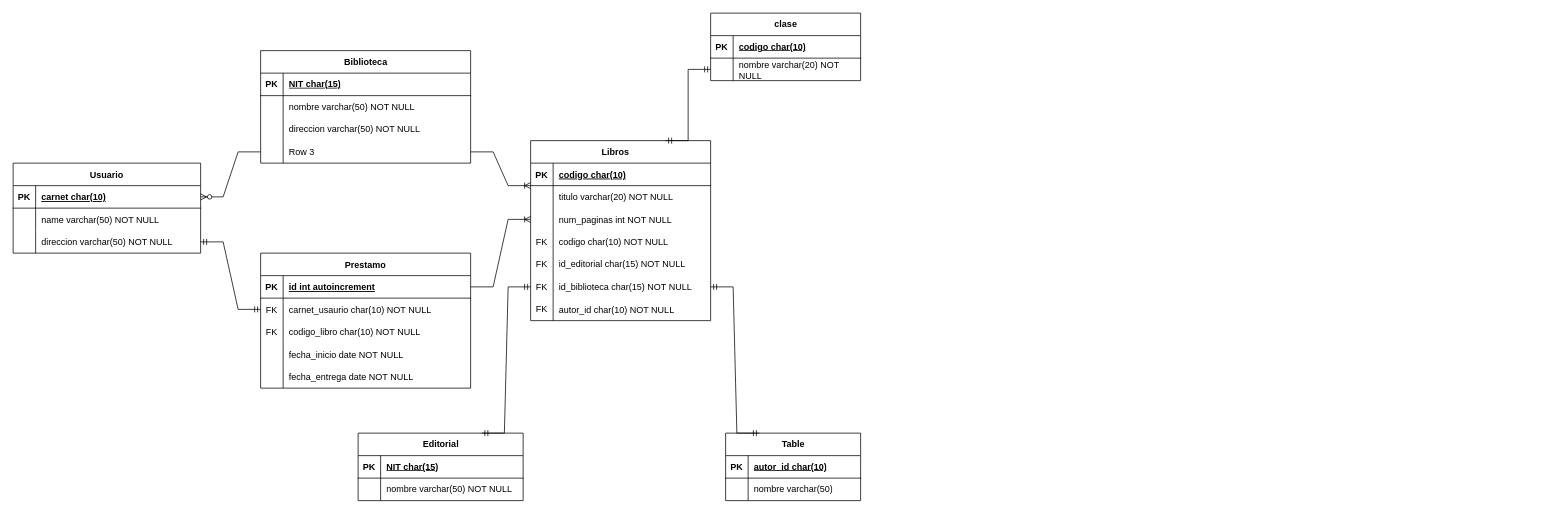
AlejoVR09/SQL_MER keeps this draw.io diagram as Diagrama sin título.drawio. Above is the earlier version. Source tidied: cells renumbered, new cells numbered last; positions are measured from the earlier drawing's top-left corner, leaving out a move shared by most shapes. Both pictures are drawn from the tidied source at 75%, with x=0, y=0 at pixel (13, 13).
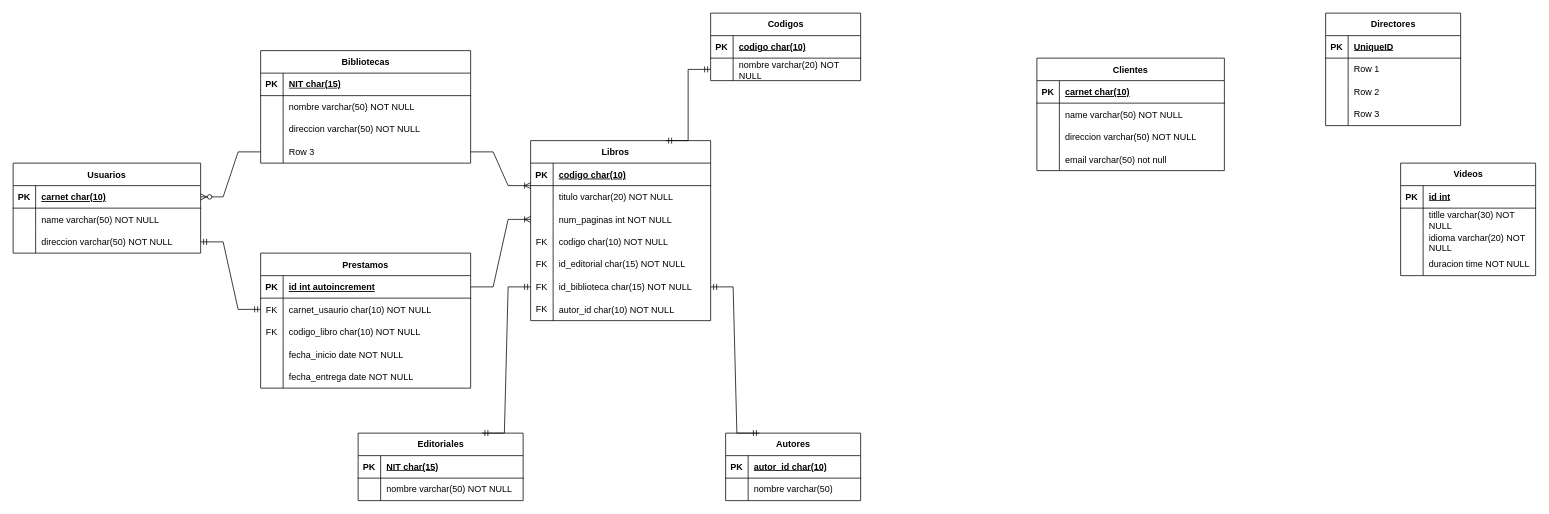
After the change.

Change to the diagram source:
```diff
@@
-    <mxCell id="24" value="Prestamo" style="shape=table;startSize=30;childLayout=tableLayout;rowLines=0;fontStyle=1;align=center;" parent="1" vertex="1">
+    <mxCell id="24" value="Prestamos" style="shape=table;startSize=30;childLayout=tableLayout;rowLines=0;fontStyle=1;align=center;" parent="1" vertex="1">
       <mxGeometry x="330" y="320" width="280" height="180" as="geometry" />
     </mxCell>
@@
-    <mxCell id="40" value="Usuario" style="shape=table;startSize=30;childLayout=tableLayout;rowLines=0;fontStyle=1;align=center;" parent="1" vertex="1">
+    <mxCell id="40" value="Usuarios" style="shape=table;startSize=30;childLayout=tableLayout;rowLines=0;fontStyle=1;align=center;" parent="1" vertex="1">
       <mxGeometry y="200" width="250" height="120" as="geometry" />
     </mxCell>
@@
-    <mxCell id="51" value="Biblioteca" style="shape=table;startSize=30;childLayout=tableLayout;rowLines=0;fontStyle=1;align=center;html=1;" parent="1" vertex="1">
+    <mxCell id="51" value="Bibliotecas" style="shape=table;startSize=30;childLayout=tableLayout;rowLines=0;fontStyle=1;align=center;html=1;" parent="1" vertex="1">
       <mxGeometry x="330" y="50" width="280" height="150" as="geometry" />
     </mxCell>
@@
-    <mxCell id="67" value="Editorial" style="shape=table;startSize=30;childLayout=tableLayout;rowLines=0;fontStyle=1;align=center;html=1;" parent="1" vertex="1">
+    <mxCell id="67" value="Editoriales" style="shape=table;startSize=30;childLayout=tableLayout;rowLines=0;fontStyle=1;align=center;html=1;" parent="1" vertex="1">
       <mxGeometry x="460" y="560" width="220" height="90" as="geometry" />
     </mxCell>
@@
-    <mxCell id="76" value="Table" style="shape=table;startSize=30;childLayout=tableLayout;rowLines=0;fontStyle=1;align=center;html=1;" parent="1" vertex="1">
+    <mxCell id="76" value="Autores" style="shape=table;startSize=30;childLayout=tableLayout;rowLines=0;fontStyle=1;align=center;html=1;" parent="1" vertex="1">
       <mxGeometry x="950" y="560" width="180" height="90" as="geometry" />
     </mxCell>
@@
-    <mxCell id="84" value="clase" style="shape=table;startSize=30;childLayout=tableLayout;rowLines=0;fontStyle=1;align=center;html=1;" parent="1" vertex="1">
+    <mxCell id="84" value="Codigos" style="shape=table;startSize=30;childLayout=tableLayout;rowLines=0;fontStyle=1;align=center;html=1;" parent="1" vertex="1">
       <mxGeometry x="930" width="200" height="90" as="geometry" />
     </mxCell>
@@
+    <mxCell id="95" value="Clientes" style="shape=table;startSize=30;childLayout=tableLayout;rowLines=0;fontStyle=1;align=center;" parent="1" vertex="1">
+      <mxGeometry x="1365" y="60" width="250" height="150" as="geometry" />
+    </mxCell>
+    <mxCell id="96" style="shape=partialRectangle;fillColor=none;top=0;left=0;right=0;bottom=1;" parent="95" vertex="1">
+      <mxGeometry y="30" width="250" height="30" as="geometry" />
+    </mxCell>
+    <mxCell id="97" value="PK" style="shape=partialRectangle;overflow=hidden;fillColor=none;top=0;left=0;bottom=0;right=0;fontStyle=1;" parent="96" vertex="1">
+      <mxGeometry width="30" height="30" as="geometry" />
+    </mxCell>
+    <mxCell id="98" value="carnet char(10)" style="shape=partialRectangle;overflow=hidden;fillColor=none;top=0;left=0;bottom=0;right=0;align=left;spacingLeft=6;fontStyle=5;" parent="96" vertex="1">
+      <mxGeometry x="30" width="220" height="30" as="geometry" />
+    </mxCell>
+    <mxCell id="99" style="shape=partialRectangle;fillColor=none;top=0;left=0;right=0;bottom=0;" parent="95" vertex="1">
+      <mxGeometry y="60" width="250" height="30" as="geometry" />
+    </mxCell>
+    <mxCell id="100" style="shape=partialRectangle;overflow=hidden;fillColor=none;top=0;left=0;bottom=0;right=0;" parent="99" vertex="1">
+      <mxGeometry width="30" height="30" as="geometry" />
+    </mxCell>
+    <mxCell id="101" value="name varchar(50) NOT NULL" style="shape=partialRectangle;overflow=hidden;fillColor=none;top=0;left=0;bottom=0;right=0;align=left;spacingLeft=6;" parent="99" vertex="1">
+      <mxGeometry x="30" width="220" height="30" as="geometry" />
+    </mxCell>
+    <mxCell id="102" style="shape=tableRow;horizontal=0;startSize=0;swimlaneHead=0;swimlaneBody=0;fillColor=none;top=0;left=0;right=0;bottom=0;" parent="95" vertex="1">
+      <mxGeometry y="90" width="250" height="30" as="geometry" />
+    </mxCell>
+    <mxCell id="103" style="shape=partialRectangle;fillColor=none;top=0;left=0;bottom=0;right=0;overflow=hidden;" parent="102" vertex="1">
+      <mxGeometry width="30" height="30" as="geometry" />
+    </mxCell>
+    <mxCell id="104" value="direccion varchar(50) NOT NULL" style="shape=partialRectangle;fillColor=none;top=0;left=0;bottom=0;right=0;align=left;spacingLeft=6;overflow=hidden;" parent="102" vertex="1">
+      <mxGeometry x="30" width="220" height="30" as="geometry" />
+    </mxCell>
+    <mxCell id="105" style="shape=tableRow;horizontal=0;startSize=0;swimlaneHead=0;swimlaneBody=0;fillColor=none;top=0;left=0;right=0;bottom=0;" parent="95" vertex="1">
+      <mxGeometry y="120" width="250" height="30" as="geometry" />
+    </mxCell>
+    <mxCell id="106" style="shape=partialRectangle;fillColor=none;top=0;left=0;bottom=0;right=0;overflow=hidden;" parent="105" vertex="1">
+      <mxGeometry width="30" height="30" as="geometry" />
+    </mxCell>
+    <mxCell id="107" value="email varchar(50) not null" style="shape=partialRectangle;fillColor=none;top=0;left=0;bottom=0;right=0;align=left;spacingLeft=6;overflow=hidden;" parent="105" vertex="1">
+      <mxGeometry x="30" width="220" height="30" as="geometry" />
+    </mxCell>
+    <mxCell id="108" value="Videos" style="shape=table;startSize=30;childLayout=tableLayout;rowLines=0;fontStyle=1;align=center;html=1;" parent="1" vertex="1">
+      <mxGeometry x="1850" y="200" width="180" height="150" as="geometry" />
+    </mxCell>
+    <mxCell id="109" style="shape=tableRow;horizontal=0;startSize=0;swimlaneHead=0;swimlaneBody=0;fillColor=none;top=0;left=0;right=0;bottom=1;" parent="108" vertex="1">
+      <mxGeometry y="30" width="180" height="30" as="geometry" />
+    </mxCell>
+    <mxCell id="110" value="PK" style="shape=partialRectangle;fillColor=none;top=0;left=0;bottom=0;right=0;fontStyle=1;overflow=hidden;whiteSpace=wrap;html=1;" parent="109" vertex="1">
+      <mxGeometry width="30" height="30" as="geometry" />
+    </mxCell>
+    <mxCell id="111" value="id int" style="shape=partialRectangle;fillColor=none;top=0;left=0;bottom=0;right=0;align=left;spacingLeft=6;fontStyle=5;overflow=hidden;whiteSpace=wrap;html=1;" parent="109" vertex="1">
+      <mxGeometry x="30" width="150" height="30" as="geometry" />
+    </mxCell>
+    <mxCell id="112" style="shape=tableRow;horizontal=0;startSize=0;swimlaneHead=0;swimlaneBody=0;fillColor=none;top=0;left=0;right=0;bottom=0;" parent="108" vertex="1">
+      <mxGeometry y="60" width="180" height="30" as="geometry" />
+    </mxCell>
+    <mxCell id="113" style="shape=partialRectangle;fillColor=none;top=0;left=0;bottom=0;right=0;overflow=hidden;whiteSpace=wrap;html=1;" parent="112" vertex="1">
+      <mxGeometry width="30" height="30" as="geometry" />
+    </mxCell>
+    <mxCell id="114" value="titlle varchar(30) NOT NULL" style="shape=partialRectangle;fillColor=none;top=0;left=0;bottom=0;right=0;align=left;spacingLeft=6;overflow=hidden;whiteSpace=wrap;html=1;" parent="112" vertex="1">
+      <mxGeometry x="30" width="150" height="30" as="geometry" />
+    </mxCell>
+    <mxCell id="115" style="shape=tableRow;horizontal=0;startSize=0;swimlaneHead=0;swimlaneBody=0;fillColor=none;top=0;left=0;right=0;bottom=0;" parent="108" vertex="1">
+      <mxGeometry y="90" width="180" height="30" as="geometry" />
+    </mxCell>
+    <mxCell id="116" style="shape=partialRectangle;fillColor=none;top=0;left=0;bottom=0;right=0;overflow=hidden;whiteSpace=wrap;html=1;" parent="115" vertex="1">
+      <mxGeometry width="30" height="30" as="geometry" />
+    </mxCell>
+    <mxCell id="117" value="idioma varchar(20) NOT NULL" style="shape=partialRectangle;fillColor=none;top=0;left=0;bottom=0;right=0;align=left;spacingLeft=6;overflow=hidden;whiteSpace=wrap;html=1;" parent="115" vertex="1">
+      <mxGeometry x="30" width="150" height="30" as="geometry" />
+    </mxCell>
+    <mxCell id="118" style="shape=tableRow;horizontal=0;startSize=0;swimlaneHead=0;swimlaneBody=0;fillColor=none;top=0;left=0;right=0;bottom=0;" parent="108" vertex="1">
+      <mxGeometry y="120" width="180" height="30" as="geometry" />
+    </mxCell>
+    <mxCell id="119" style="shape=partialRectangle;fillColor=none;top=0;left=0;bottom=0;right=0;overflow=hidden;whiteSpace=wrap;html=1;" parent="118" vertex="1">
+      <mxGeometry width="30" height="30" as="geometry" />
+    </mxCell>
+    <mxCell id="120" value="duracion time NOT NULL" style="shape=partialRectangle;fillColor=none;top=0;left=0;bottom=0;right=0;align=left;spacingLeft=6;overflow=hidden;whiteSpace=wrap;html=1;" parent="118" vertex="1">
+      <mxGeometry x="30" width="150" height="30" as="geometry" />
+    </mxCell>
+    <mxCell id="121" value="Directores" style="shape=table;startSize=30;childLayout=tableLayout;rowLines=0;fontStyle=1;align=center;html=1;" parent="1" vertex="1">
+      <mxGeometry x="1750" width="180" height="150" as="geometry" />
+    </mxCell>
+    <mxCell id="122" style="shape=tableRow;horizontal=0;startSize=0;swimlaneHead=0;swimlaneBody=0;fillColor=none;top=0;left=0;right=0;bottom=1;" parent="121" vertex="1">
+      <mxGeometry y="30" width="180" height="30" as="geometry" />
+    </mxCell>
+    <mxCell id="123" value="PK" style="shape=partialRectangle;fillColor=none;top=0;left=0;bottom=0;right=0;fontStyle=1;overflow=hidden;whiteSpace=wrap;html=1;" parent="122" vertex="1">
+      <mxGeometry width="30" height="30" as="geometry" />
+    </mxCell>
+    <mxCell id="124" value="UniqueID" style="shape=partialRectangle;fillColor=none;top=0;left=0;bottom=0;right=0;align=left;spacingLeft=6;fontStyle=5;overflow=hidden;whiteSpace=wrap;html=1;" parent="122" vertex="1">
+      <mxGeometry x="30" width="150" height="30" as="geometry" />
+    </mxCell>
+    <mxCell id="125" style="shape=tableRow;horizontal=0;startSize=0;swimlaneHead=0;swimlaneBody=0;fillColor=none;top=0;left=0;right=0;bottom=0;" parent="121" vertex="1">
+      <mxGeometry y="60" width="180" height="30" as="geometry" />
+    </mxCell>
+    <mxCell id="126" style="shape=partialRectangle;fillColor=none;top=0;left=0;bottom=0;right=0;overflow=hidden;whiteSpace=wrap;html=1;" parent="125" vertex="1">
+      <mxGeometry width="30" height="30" as="geometry" />
+    </mxCell>
+    <mxCell id="127" value="Row 1" style="shape=partialRectangle;fillColor=none;top=0;left=0;bottom=0;right=0;align=left;spacingLeft=6;overflow=hidden;whiteSpace=wrap;html=1;" parent="125" vertex="1">
+      <mxGeometry x="30" width="150" height="30" as="geometry" />
+    </mxCell>
+    <mxCell id="128" style="shape=tableRow;horizontal=0;startSize=0;swimlaneHead=0;swimlaneBody=0;fillColor=none;top=0;left=0;right=0;bottom=0;" parent="121" vertex="1">
+      <mxGeometry y="90" width="180" height="30" as="geometry" />
+    </mxCell>
+    <mxCell id="129" style="shape=partialRectangle;fillColor=none;top=0;left=0;bottom=0;right=0;overflow=hidden;whiteSpace=wrap;html=1;" parent="128" vertex="1">
+      <mxGeometry width="30" height="30" as="geometry" />
+    </mxCell>
+    <mxCell id="130" value="Row 2" style="shape=partialRectangle;fillColor=none;top=0;left=0;bottom=0;right=0;align=left;spacingLeft=6;overflow=hidden;whiteSpace=wrap;html=1;" parent="128" vertex="1">
+      <mxGeometry x="30" width="150" height="30" as="geometry" />
+    </mxCell>
+    <mxCell id="131" style="shape=tableRow;horizontal=0;startSize=0;swimlaneHead=0;swimlaneBody=0;fillColor=none;top=0;left=0;right=0;bottom=0;" parent="121" vertex="1">
+      <mxGeometry y="120" width="180" height="30" as="geometry" />
+    </mxCell>
+    <mxCell id="132" style="shape=partialRectangle;fillColor=none;top=0;left=0;bottom=0;right=0;overflow=hidden;whiteSpace=wrap;html=1;" parent="131" vertex="1">
+      <mxGeometry width="30" height="30" as="geometry" />
+    </mxCell>
+    <mxCell id="133" value="Row 3" style="shape=partialRectangle;fillColor=none;top=0;left=0;bottom=0;right=0;align=left;spacingLeft=6;overflow=hidden;whiteSpace=wrap;html=1;" parent="131" vertex="1">
+      <mxGeometry x="30" width="150" height="30" as="geometry" />
+    </mxCell>
```
